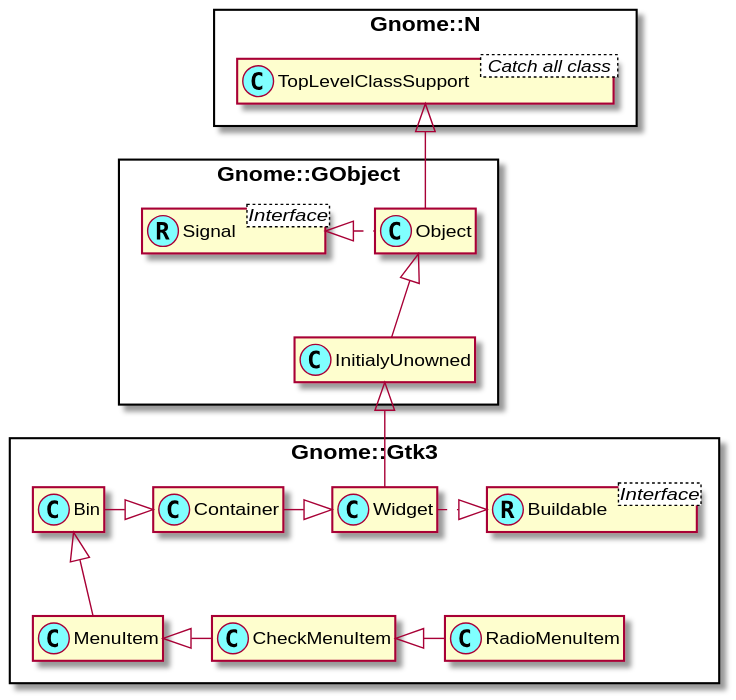
This is docs/content-docs/reference/Gtk3/plantuml/RadioMenuItem.svg from MARTIMM/gnome-gtk3, a PlantUML export, as it was before one commit.
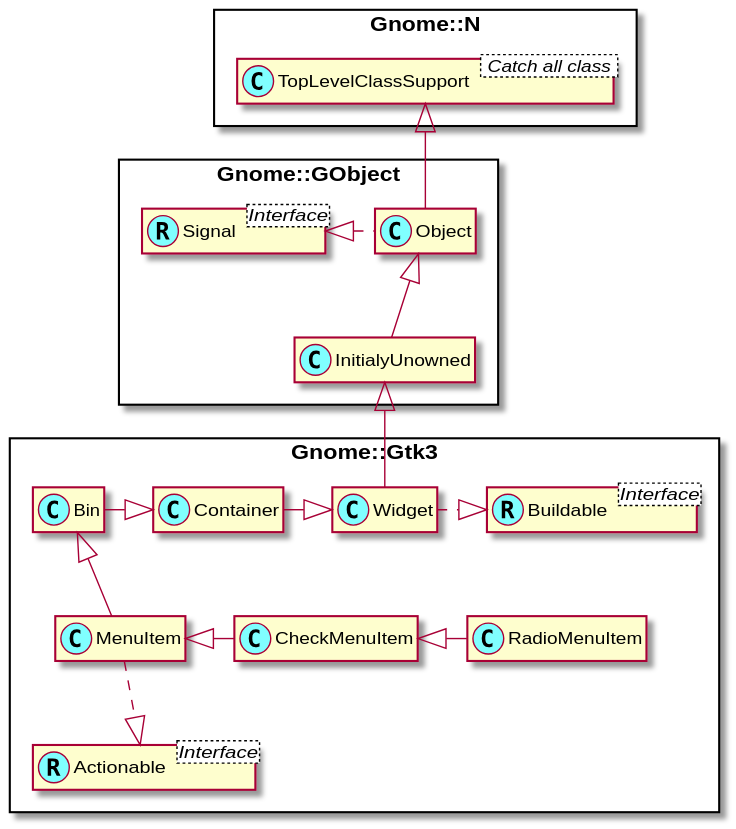
After the commit.

Diff of the diagram source:
```diff
@@ -12,6 +12,8 @@
 Interface Gnome::Gtk3::Buildable <Interface>
 class Gnome::Gtk3::Buildable <<(R,#80ffff)>>
 
+Interface Gnome::Gtk3::Actionable <Interface>
+class Gnome::Gtk3::Actionable <<(R,#80ffff)>>
 
 Gnome::N::TopLevelClassSupport <|-- Gnome::GObject::Object
 Gnome::GObject::InitialyUnowned <|-- Gnome::Gtk3::Widget
@@ -25,6 +27,7 @@
 Gnome::Gtk3::Bin -|> Gnome::Gtk3::Container
 Gnome::Gtk3::Bin <|-- Gnome::Gtk3::MenuItem
 Gnome::Gtk3::MenuItem <|- Gnome::Gtk3::CheckMenuItem
+Gnome::Gtk3::MenuItem ..|> Gnome::Gtk3::Actionable
 Gnome::Gtk3::CheckMenuItem <|- Gnome::Gtk3::RadioMenuItem
 
 
```
